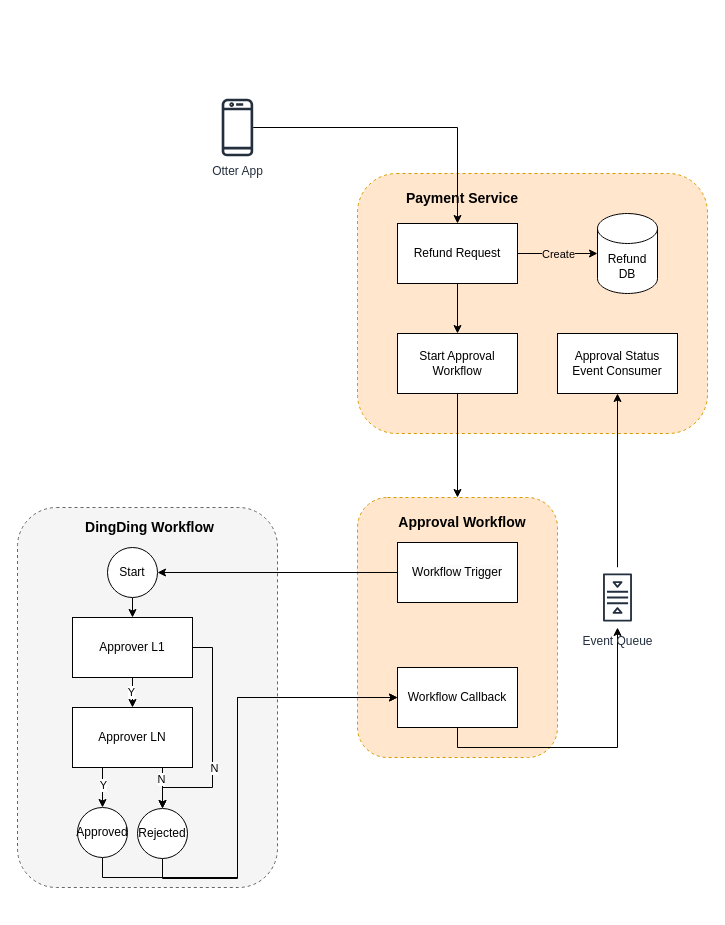
Before: Refund Process.drawio in evagle/awesome, a draw.io diagram. Source tidied: cells renumbered, new cells numbered last; positions are measured from the earlier drawing's top-left corner, leaving out a move shared by most shapes. Both pictures are drawn from the tidied source at 100%, with x=0, y=0 at pixel (17, 97).
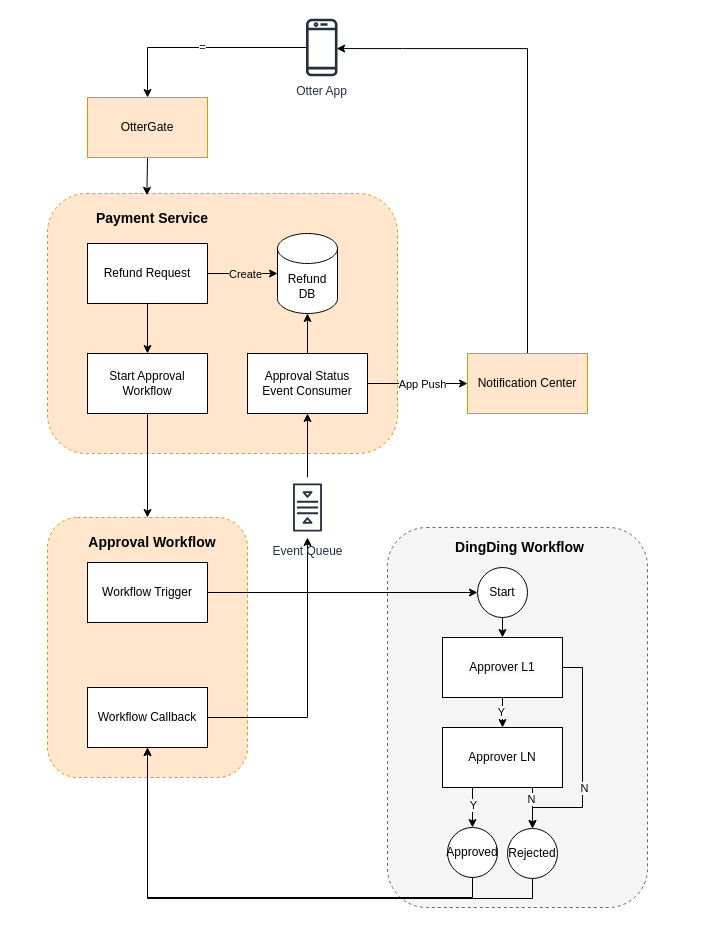
After the change.

The edit, as a diff of the source:
```diff
@@
     <mxCell id="2" style="rounded=1;whiteSpace=wrap;html=1;dashed=1;fillColor=#ffe6cc;strokeColor=#d79b00;" parent="1" vertex="1">
-      <mxGeometry x="340" y="76" width="350" height="260" as="geometry" />
+      <mxGeometry x="30" y="96" width="350" height="260" as="geometry" />
     </mxCell>
     <mxCell id="3" style="rounded=1;whiteSpace=wrap;html=1;dashed=1;fillColor=#f5f5f5;fontColor=#333333;strokeColor=#666666;" parent="1" vertex="1">
-      <mxGeometry y="410" width="260" height="380" as="geometry" />
+      <mxGeometry x="370" y="430" width="260" height="380" as="geometry" />
     </mxCell>
     <mxCell id="4" style="rounded=1;whiteSpace=wrap;html=1;dashed=1;fillColor=#ffe6cc;strokeColor=#d79b00;" parent="1" vertex="1">
-      <mxGeometry x="340" y="400" width="200" height="260" as="geometry" />
+      <mxGeometry x="30" y="420" width="200" height="260" as="geometry" />
     </mxCell>
-    <mxCell id="5" style="edgeStyle=orthogonalEdgeStyle;rounded=0;jettySize=auto;html=1;" parent="1" edge="1" source="6" target="10">
+    <mxCell id="5" value="=" style="edgeStyle=orthogonalEdgeStyle;rounded=0;jettySize=auto;html=1;entryX=0.5;entryY=0;entryDx=0;entryDy=0;" parent="1" edge="1" source="6" target="46">
       <mxGeometry relative="1" as="geometry" />
     </mxCell>
     <mxCell id="6" value="Otter App" style="sketch=0;outlineConnect=0;fontColor=#232F3E;gradientColor=none;fillColor=#232F3D;strokeColor=none;dashed=0;verticalLabelPosition=bottom;verticalAlign=top;align=center;html=1;fontSize=12;fontStyle=0;shape=mxgraph.aws4.mobile_client;" parent="1" vertex="1">
-      <mxGeometry x="204.2" width="31.5" height="60" as="geometry" />
+      <mxGeometry x="288.5" y="-80" width="31.5" height="60" as="geometry" />
     </mxCell>
@@
     <mxCell id="10" value="Refund Request" style="rounded=0;whiteSpace=wrap;html=1;" parent="1" vertex="1">
-      <mxGeometry x="380" y="126" width="120" height="60" as="geometry" />
+      <mxGeometry x="70" y="146" width="120" height="60" as="geometry" />
     </mxCell>
     <mxCell id="11" value="Refund&lt;br&gt;DB" style="shape=cylinder3;whiteSpace=wrap;html=1;boundedLbl=1;backgroundOutline=1;size=15;" parent="1" vertex="1">
-      <mxGeometry x="580" y="116" width="60" height="80" as="geometry" />
+      <mxGeometry x="260" y="136" width="60" height="80" as="geometry" />
     </mxCell>
-    <mxCell id="12" style="edgeStyle=orthogonalEdgeStyle;rounded=0;jettySize=auto;html=1;exitX=0;exitY=0.5;exitDx=0;exitDy=0;" parent="1" edge="1" source="13" target="29">
+    <mxCell id="12" style="edgeStyle=orthogonalEdgeStyle;rounded=0;jettySize=auto;html=1;exitX=1;exitY=0.5;exitDx=0;exitDy=0;" parent="1" edge="1" source="13" target="29">
       <mxGeometry relative="1" as="geometry" />
     </mxCell>
     <mxCell id="13" value="&lt;span style=&quot;color: rgb(0, 0, 0); font-family: Helvetica; font-size: 12px; font-style: normal; font-variant-ligatures: normal; font-variant-caps: normal; font-weight: 400; letter-spacing: normal; orphans: 2; text-align: center; text-indent: 0px; text-transform: none; widows: 2; word-spacing: 0px; -webkit-text-stroke-width: 0px; background-color: rgb(251, 251, 251); text-decoration-thickness: initial; text-decoration-style: initial; text-decoration-color: initial; float: none; display: inline !important;&quot;&gt;Workflow Trigger&lt;/span&gt;" style="rounded=0;whiteSpace=wrap;html=1;" parent="1" vertex="1">
-      <mxGeometry x="380" y="445" width="120" height="60" as="geometry" />
+      <mxGeometry x="70" y="465" width="120" height="60" as="geometry" />
     </mxCell>
     <mxCell id="14" value="&lt;font style=&quot;font-size: 14px;&quot;&gt;&lt;b&gt;Approval Workflow&lt;/b&gt;&lt;/font&gt;" style="text;html=1;strokeColor=none;fillColor=none;align=center;verticalAlign=middle;whiteSpace=wrap;rounded=0;" parent="1" vertex="1">
-      <mxGeometry x="380" y="410" width="130" height="30" as="geometry" />
+      <mxGeometry x="70" y="430" width="130" height="30" as="geometry" />
     </mxCell>
-    <mxCell id="15" style="edgeStyle=orthogonalEdgeStyle;rounded=0;jettySize=auto;html=1;exitX=0.5;exitY=1;exitDx=0;exitDy=0;" parent="1" edge="1" source="16" target="39">
+    <mxCell id="15" style="edgeStyle=orthogonalEdgeStyle;rounded=0;jettySize=auto;html=1;exitX=1;exitY=0.5;exitDx=0;exitDy=0;" parent="1" edge="1" source="16" target="39">
       <mxGeometry relative="1" as="geometry" />
     </mxCell>
     <mxCell id="16" value="Workflow Callback" style="rounded=0;whiteSpace=wrap;html=1;" parent="1" vertex="1">
-      <mxGeometry x="380" y="570" width="120" height="60" as="geometry" />
+      <mxGeometry x="70" y="590" width="120" height="60" as="geometry" />
     </mxCell>
@@
     <mxCell id="19" style="edgeStyle=orthogonalEdgeStyle;rounded=0;jettySize=auto;html=1;exitX=1;exitY=0.5;exitDx=0;exitDy=0;entryX=0.5;entryY=0;entryDx=0;entryDy=0;" parent="1" edge="1" source="21" target="33">
       <mxGeometry relative="1" as="geometry">
         <Array as="points">
-          <mxPoint x="195" y="550" />
-          <mxPoint x="195" y="690" />
-          <mxPoint x="145" y="690" />
+          <mxPoint x="565" y="570" />
+          <mxPoint x="565" y="710" />
+          <mxPoint x="515" y="710" />
         </Array>
       </mxGeometry>
     </mxCell>
@@
     <mxCell id="21" value="&lt;span style=&quot;color: rgb(0, 0, 0); font-family: Helvetica; font-size: 12px; font-style: normal; font-variant-ligatures: normal; font-variant-caps: normal; font-weight: 400; letter-spacing: normal; orphans: 2; text-align: center; text-indent: 0px; text-transform: none; widows: 2; word-spacing: 0px; -webkit-text-stroke-width: 0px; background-color: rgb(251, 251, 251); text-decoration-thickness: initial; text-decoration-style: initial; text-decoration-color: initial; float: none; display: inline !important;&quot;&gt;Approver L1&lt;/span&gt;" style="rounded=0;whiteSpace=wrap;html=1;" parent="1" vertex="1">
-      <mxGeometry x="55" y="520" width="120" height="60" as="geometry" />
+      <mxGeometry x="425" y="540" width="120" height="60" as="geometry" />
     </mxCell>
     <mxCell id="22" value="&lt;b&gt;&lt;font style=&quot;font-size: 14px;&quot;&gt;DingDing Workflow&lt;/font&gt;&lt;/b&gt;" style="text;html=1;strokeColor=none;fillColor=none;align=center;verticalAlign=middle;whiteSpace=wrap;rounded=0;" parent="1" vertex="1">
-      <mxGeometry x="55" y="415" width="155" height="30" as="geometry" />
+      <mxGeometry x="425" y="435" width="155" height="30" as="geometry" />
     </mxCell>
@@
     <mxCell id="27" value="Approver LN" style="rounded=0;whiteSpace=wrap;html=1;" parent="1" vertex="1">
-      <mxGeometry x="55" y="610" width="120" height="60" as="geometry" />
+      <mxGeometry x="425" y="630" width="120" height="60" as="geometry" />
     </mxCell>
@@
     <mxCell id="29" value="Start" style="ellipse;whiteSpace=wrap;html=1;" parent="1" vertex="1">
-      <mxGeometry x="90" y="450" width="50" height="50" as="geometry" />
+      <mxGeometry x="460" y="470" width="50" height="50" as="geometry" />
     </mxCell>
-    <mxCell id="30" style="edgeStyle=orthogonalEdgeStyle;rounded=0;jettySize=auto;html=1;exitX=0.5;exitY=1;exitDx=0;exitDy=0;entryX=0;entryY=0.5;entryDx=0;entryDy=0;" parent="1" edge="1" source="31" target="16">
+    <mxCell id="30" style="edgeStyle=orthogonalEdgeStyle;rounded=0;jettySize=auto;html=1;exitX=0.5;exitY=1;exitDx=0;exitDy=0;entryX=0.5;entryY=1;entryDx=0;entryDy=0;" parent="1" edge="1" source="31" target="16">
       <mxGeometry relative="1" as="geometry">
         <Array as="points">
-          <mxPoint x="85" y="780" />
-          <mxPoint x="220" y="780" />
-          <mxPoint x="220" y="600" />
+          <mxPoint x="455" y="800" />
+          <mxPoint x="130" y="800" />
         </Array>
       </mxGeometry>
     </mxCell>
     <mxCell id="31" value="Approved" style="ellipse;whiteSpace=wrap;html=1;" parent="1" vertex="1">
-      <mxGeometry x="60" y="710" width="50" height="50" as="geometry" />
+      <mxGeometry x="430" y="730" width="50" height="50" as="geometry" />
     </mxCell>
-    <mxCell id="32" style="edgeStyle=orthogonalEdgeStyle;rounded=0;jettySize=auto;html=1;exitX=0.5;exitY=1;exitDx=0;exitDy=0;entryX=0;entryY=0.5;entryDx=0;entryDy=0;" parent="1" edge="1" source="33" target="16">
+    <mxCell id="32" style="edgeStyle=orthogonalEdgeStyle;rounded=0;jettySize=auto;html=1;exitX=0.5;exitY=1;exitDx=0;exitDy=0;entryX=0.5;entryY=1;entryDx=0;entryDy=0;" parent="1" edge="1" source="33" target="16">
       <mxGeometry relative="1" as="geometry">
         <Array as="points">
-          <mxPoint x="145" y="781" />
-          <mxPoint x="220" y="781" />
-          <mxPoint x="220" y="600" />
+          <mxPoint x="515" y="801" />
+          <mxPoint x="130" y="801" />
         </Array>
       </mxGeometry>
     </mxCell>
     <mxCell id="33" value="Rejected" style="ellipse;whiteSpace=wrap;html=1;" parent="1" vertex="1">
-      <mxGeometry x="120" y="711" width="50" height="50" as="geometry" />
+      <mxGeometry x="490" y="731" width="50" height="50" as="geometry" />
     </mxCell>
     <mxCell id="34" value="&lt;font style=&quot;font-size: 14px;&quot;&gt;&lt;b&gt;Payment Service&lt;/b&gt;&lt;/font&gt;" style="text;html=1;strokeColor=none;fillColor=none;align=center;verticalAlign=middle;whiteSpace=wrap;rounded=0;" parent="1" vertex="1">
-      <mxGeometry x="380" y="86" width="130" height="30" as="geometry" />
+      <mxGeometry x="70" y="106" width="130" height="30" as="geometry" />
     </mxCell>
@@
     <mxCell id="36" value="Start Approval Workflow" style="rounded=0;whiteSpace=wrap;html=1;" parent="1" vertex="1">
-      <mxGeometry x="380" y="236" width="120" height="60" as="geometry" />
+      <mxGeometry x="70" y="256" width="120" height="60" as="geometry" />
     </mxCell>
+    <mxCell id="40" style="edgeStyle=orthogonalEdgeStyle;rounded=0;jettySize=auto;html=1;exitX=0.5;exitY=0;exitDx=0;exitDy=0;entryX=0.5;entryY=1;entryDx=0;entryDy=0;entryPerimeter=0;" parent="1" edge="1" source="37" target="11">
+      <mxGeometry relative="1" as="geometry" />
+    </mxCell>
+    <mxCell id="41" style="edgeStyle=orthogonalEdgeStyle;rounded=0;jettySize=auto;html=1;exitX=1;exitY=0.5;exitDx=0;exitDy=0;entryX=0;entryY=0.5;entryDx=0;entryDy=0;" parent="1" edge="1" source="37" target="44">
+      <mxGeometry relative="1" as="geometry" />
+    </mxCell>
+    <mxCell id="42" value="App Push" style="edgeLabel;html=1;align=center;verticalAlign=middle;" parent="41" vertex="1">
+      <mxGeometry x="0.07" relative="1" as="geometry" />
+    </mxCell>
     <mxCell id="37" value="Approval Status Event Consumer" style="rounded=0;whiteSpace=wrap;html=1;" parent="1" vertex="1">
-      <mxGeometry x="540" y="236" width="120" height="60" as="geometry" />
+      <mxGeometry x="230" y="256" width="120" height="60" as="geometry" />
     </mxCell>
@@
     <mxCell id="39" value="Event Queue" style="sketch=0;outlineConnect=0;fontColor=#232F3E;gradientColor=none;strokeColor=#232F3E;fillColor=#ffffff;dashed=0;verticalLabelPosition=bottom;verticalAlign=top;align=center;html=1;fontSize=12;fontStyle=0;shape=mxgraph.aws4.resourceIcon;resIcon=mxgraph.aws4.queue;direction=south;" parent="1" vertex="1">
-      <mxGeometry x="570" y="470" width="60" height="60" as="geometry" />
+      <mxGeometry x="260" y="380" width="60" height="60" as="geometry" />
     </mxCell>
+    <mxCell id="43" style="edgeStyle=orthogonalEdgeStyle;rounded=0;jettySize=auto;html=1;exitX=0.5;exitY=0;exitDx=0;exitDy=0;entryX=0.974;entryY=0.519;entryDx=0;entryDy=0;entryPerimeter=0;" parent="1" edge="1" source="44" target="6">
+      <mxGeometry relative="1" as="geometry" />
+    </mxCell>
+    <mxCell id="44" value="Notification Center" style="rounded=0;whiteSpace=wrap;html=1;fillColor=#ffe6cc;strokeColor=#d79b00;" parent="1" vertex="1">
+      <mxGeometry x="450" y="256" width="120" height="60" as="geometry" />
+    </mxCell>
+    <mxCell id="45" style="edgeStyle=orthogonalEdgeStyle;rounded=0;jettySize=auto;html=1;exitX=0.5;exitY=1;exitDx=0;exitDy=0;entryX=0.284;entryY=0.007;entryDx=0;entryDy=0;entryPerimeter=0;" parent="1" edge="1" source="46" target="2">
+      <mxGeometry relative="1" as="geometry" />
+    </mxCell>
+    <mxCell id="46" value="OtterGate" style="rounded=0;whiteSpace=wrap;html=1;fillColor=#ffe6cc;strokeColor=#d79b00;" parent="1" vertex="1">
+      <mxGeometry x="70" width="120" height="60" as="geometry" />
+    </mxCell>
```
